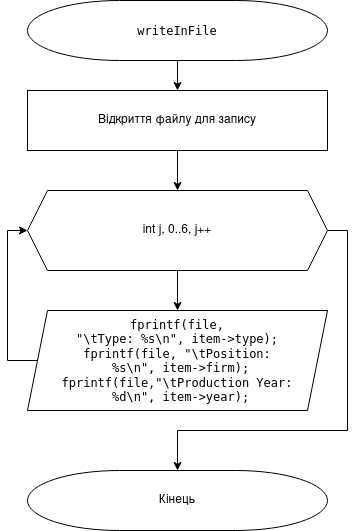
This is lab15/doc/assets/writeInFile.png from belchinskaya/Programming-Belchinska, a draw.io export, as it was before one commit. Source tidied: cells renumbered, new cells last; positions are measured from the earlier drawing's top-left corner, leaving out a move shared by most shapes. Its diagram source:
```xml
<mxGraphModel>
  <root>
    <mxCell id="0" />
    <mxCell id="1" parent="0" />
    <mxCell id="2" style="edgeStyle=orthogonalEdgeStyle;rounded=0;jettySize=auto;html=1;exitX=0.5;exitY=1;exitDx=0;exitDy=0;exitPerimeter=0;" parent="1" edge="1" source="3" target="5">
      <mxGeometry relative="1" as="geometry" />
    </mxCell>
    <mxCell id="3" value="&lt;pre style=&quot;font-family: &amp;#34;jetbrains mono&amp;#34; , monospace&quot;&gt;&lt;span style=&quot;background-color: rgb(255 , 255 , 255)&quot;&gt;writeInFile&lt;/span&gt;&lt;/pre&gt;" style="strokeWidth=1;html=1;shape=mxgraph.flowchart.terminator;whiteSpace=wrap;" parent="1" vertex="1">
      <mxGeometry x="20" width="300" height="60" as="geometry" />
    </mxCell>
    <mxCell id="4" style="edgeStyle=orthogonalEdgeStyle;rounded=0;jettySize=auto;html=1;exitX=0.5;exitY=1;exitDx=0;exitDy=0;" parent="1" edge="1" source="5" target="8">
      <mxGeometry relative="1" as="geometry" />
    </mxCell>
    <mxCell id="5" value="Відкриття файлу для запису" style="rounded=0;whiteSpace=wrap;html=1;strokeWidth=1;" parent="1" vertex="1">
      <mxGeometry x="20" y="90" width="300" height="60" as="geometry" />
    </mxCell>
    <mxCell id="6" style="edgeStyle=orthogonalEdgeStyle;rounded=0;jettySize=auto;html=1;exitX=0.5;exitY=1;exitDx=0;exitDy=0;" parent="1" edge="1" source="8" target="10">
      <mxGeometry relative="1" as="geometry" />
    </mxCell>
    <mxCell id="7" style="edgeStyle=orthogonalEdgeStyle;rounded=0;jettySize=auto;html=1;exitX=1;exitY=0.5;exitDx=0;exitDy=0;entryX=0.5;entryY=0;entryDx=0;entryDy=0;entryPerimeter=0;" parent="1" edge="1" source="8" target="11">
      <mxGeometry relative="1" as="geometry">
        <Array as="points">
          <mxPoint x="340" y="230" />
          <mxPoint x="340" y="430" />
          <mxPoint x="170" y="430" />
        </Array>
      </mxGeometry>
    </mxCell>
    <mxCell id="8" value="int j, 0..6, j++ " style="shape=hexagon;perimeter=hexagonPerimeter2;whiteSpace=wrap;html=1;fixedSize=1;strokeWidth=1;" parent="1" vertex="1">
      <mxGeometry x="20" y="190" width="300" height="80" as="geometry" />
    </mxCell>
    <mxCell id="9" style="edgeStyle=orthogonalEdgeStyle;rounded=0;jettySize=auto;html=1;exitX=0;exitY=0.5;exitDx=0;exitDy=0;entryX=0;entryY=0.5;entryDx=0;entryDy=0;" parent="1" edge="1" source="10" target="8">
      <mxGeometry relative="1" as="geometry">
        <Array as="points">
          <mxPoint y="360" />
          <mxPoint y="230" />
        </Array>
      </mxGeometry>
    </mxCell>
    <mxCell id="10" value="&lt;pre style=&quot;font-family: &amp;#34;jetbrains mono&amp;#34; , monospace&quot;&gt;&lt;span style=&quot;background-color: rgb(255 , 255 , 255)&quot;&gt;fprintf(file,&lt;br&gt;&quot;\tType: %s\n&quot;, item-&amp;gt;type);&lt;br&gt;fprintf(file, &quot;\tPosition:&lt;br&gt; %s\n&quot;, item-&amp;gt;firm);&lt;br&gt;fprintf(file,&quot;\tProduction Year:&lt;br&gt; %d\n&quot;, item-&amp;gt;year);&lt;/span&gt;&lt;/pre&gt;" style="shape=parallelogram;perimeter=parallelogramPerimeter;whiteSpace=wrap;html=1;fixedSize=1;strokeWidth=1;" parent="1" vertex="1">
      <mxGeometry x="20" y="310" width="300" height="100" as="geometry" />
    </mxCell>
    <mxCell id="11" value="Кінець" style="strokeWidth=1;html=1;shape=mxgraph.flowchart.terminator;whiteSpace=wrap;" parent="1" vertex="1">
      <mxGeometry x="20" y="470" width="300" height="60" as="geometry" />
    </mxCell>
  </root>
</mxGraphModel>
```
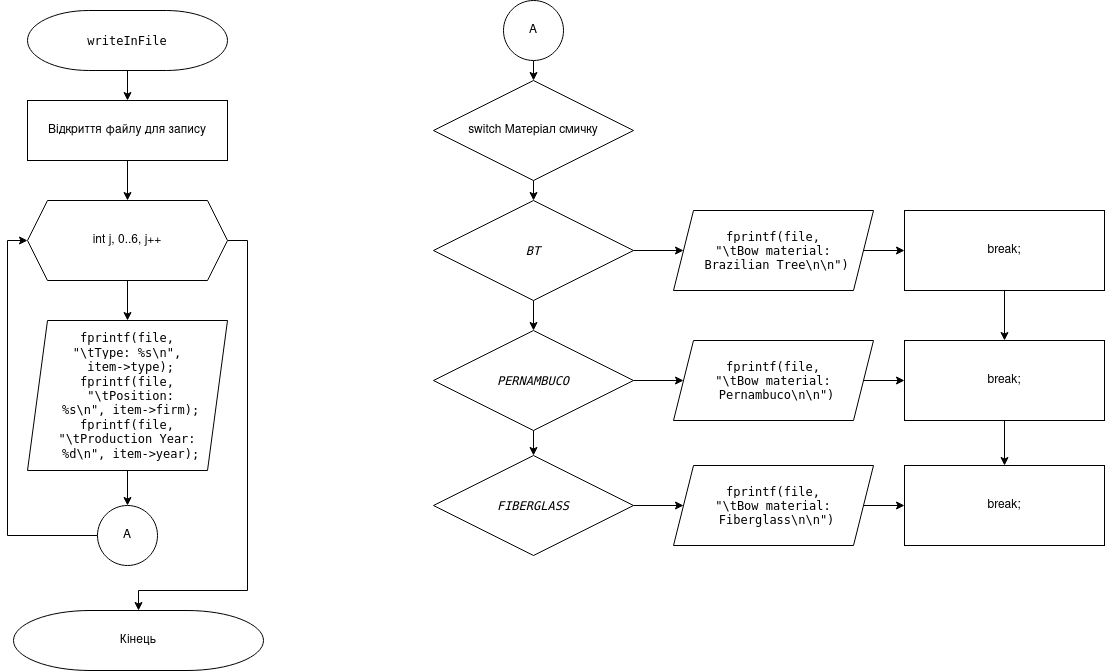
The same file after the commit.

The edit, as a diff of the source:
```diff
@@ -6,13 +6,13 @@
       <mxGeometry relative="1" as="geometry" />
     </mxCell>
     <mxCell id="3" value="&lt;pre style=&quot;font-family: &amp;#34;jetbrains mono&amp;#34; , monospace&quot;&gt;&lt;span style=&quot;background-color: rgb(255 , 255 , 255)&quot;&gt;writeInFile&lt;/span&gt;&lt;/pre&gt;" style="strokeWidth=1;html=1;shape=mxgraph.flowchart.terminator;whiteSpace=wrap;" parent="1" vertex="1">
-      <mxGeometry x="20" width="300" height="60" as="geometry" />
+      <mxGeometry x="20" width="200" height="60" as="geometry" />
     </mxCell>
-    <mxCell id="4" style="edgeStyle=orthogonalEdgeStyle;rounded=0;jettySize=auto;html=1;exitX=0.5;exitY=1;exitDx=0;exitDy=0;" parent="1" edge="1" source="5" target="8">
+    <mxCell id="4" style="edgeStyle=orthogonalEdgeStyle;rounded=0;jettySize=auto;html=1;exitX=0.5;exitY=1;exitDx=0;exitDy=0;entryX=0.5;entryY=0;entryDx=0;entryDy=0;" parent="1" edge="1" source="5" target="8">
       <mxGeometry relative="1" as="geometry" />
     </mxCell>
     <mxCell id="5" value="Відкриття файлу для запису" style="rounded=0;whiteSpace=wrap;html=1;strokeWidth=1;" parent="1" vertex="1">
-      <mxGeometry x="20" y="90" width="300" height="60" as="geometry" />
+      <mxGeometry x="20" y="90" width="200" height="60" as="geometry" />
     </mxCell>
     <mxCell id="6" style="edgeStyle=orthogonalEdgeStyle;rounded=0;jettySize=auto;html=1;exitX=0.5;exitY=1;exitDx=0;exitDy=0;" parent="1" edge="1" source="8" target="10">
       <mxGeometry relative="1" as="geometry" />
@@ -20,28 +20,98 @@
     <mxCell id="7" style="edgeStyle=orthogonalEdgeStyle;rounded=0;jettySize=auto;html=1;exitX=1;exitY=0.5;exitDx=0;exitDy=0;entryX=0.5;entryY=0;entryDx=0;entryDy=0;entryPerimeter=0;" parent="1" edge="1" source="8" target="11">
       <mxGeometry relative="1" as="geometry">
         <Array as="points">
-          <mxPoint x="340" y="230" />
-          <mxPoint x="340" y="430" />
-          <mxPoint x="170" y="430" />
+          <mxPoint x="240" y="230" />
+          <mxPoint x="240" y="580" />
+          <mxPoint x="131" y="580" />
         </Array>
       </mxGeometry>
     </mxCell>
     <mxCell id="8" value="int j, 0..6, j++ " style="shape=hexagon;perimeter=hexagonPerimeter2;whiteSpace=wrap;html=1;fixedSize=1;strokeWidth=1;" parent="1" vertex="1">
-      <mxGeometry x="20" y="190" width="300" height="80" as="geometry" />
+      <mxGeometry x="20" y="190" width="200" height="80" as="geometry" />
     </mxCell>
-    <mxCell id="9" style="edgeStyle=orthogonalEdgeStyle;rounded=0;jettySize=auto;html=1;exitX=0;exitY=0.5;exitDx=0;exitDy=0;entryX=0;entryY=0.5;entryDx=0;entryDy=0;" parent="1" edge="1" source="10" target="8">
-      <mxGeometry relative="1" as="geometry">
-        <Array as="points">
-          <mxPoint y="360" />
-          <mxPoint y="230" />
-        </Array>
-      </mxGeometry>
-    </mxCell>
+    <mxCell id="12" style="edgeStyle=orthogonalEdgeStyle;rounded=0;jettySize=auto;html=1;exitX=0.5;exitY=1;exitDx=0;exitDy=0;" parent="1" edge="1" source="10" target="30">
+      <mxGeometry relative="1" as="geometry" />
+    </mxCell>
-    <mxCell id="10" value="&lt;pre style=&quot;font-family: &amp;#34;jetbrains mono&amp;#34; , monospace&quot;&gt;&lt;span style=&quot;background-color: rgb(255 , 255 , 255)&quot;&gt;fprintf(file,&lt;br&gt;&quot;\tType: %s\n&quot;, item-&amp;gt;type);&lt;br&gt;fprintf(file, &quot;\tPosition:&lt;br&gt; %s\n&quot;, item-&amp;gt;firm);&lt;br&gt;fprintf(file,&quot;\tProduction Year:&lt;br&gt; %d\n&quot;, item-&amp;gt;year);&lt;/span&gt;&lt;/pre&gt;" style="shape=parallelogram;perimeter=parallelogramPerimeter;whiteSpace=wrap;html=1;fixedSize=1;strokeWidth=1;" parent="1" vertex="1">
-      <mxGeometry x="20" y="310" width="300" height="100" as="geometry" />
+    <mxCell id="10" value="&lt;pre style=&quot;font-family: &amp;#34;jetbrains mono&amp;#34; , monospace&quot;&gt;&lt;span style=&quot;background-color: rgb(255 , 255 , 255)&quot;&gt;fprintf(file,&lt;br&gt;&quot;\tType: %s\n&quot;,&lt;br&gt; item-&amp;gt;type);&lt;br&gt;fprintf(file,&lt;br&gt; &quot;\tPosition:&lt;br&gt; %s\n&quot;, item-&amp;gt;firm);&lt;br&gt;fprintf(file,&lt;br&gt;&quot;\tProduction Year:&lt;br&gt; %d\n&quot;, item-&amp;gt;year);&lt;/span&gt;&lt;/pre&gt;" style="shape=parallelogram;perimeter=parallelogramPerimeter;whiteSpace=wrap;html=1;fixedSize=1;strokeWidth=1;" parent="1" vertex="1">
+      <mxGeometry x="20" y="310" width="200" height="150" as="geometry" />
     </mxCell>
     <mxCell id="11" value="Кінець" style="strokeWidth=1;html=1;shape=mxgraph.flowchart.terminator;whiteSpace=wrap;" parent="1" vertex="1">
-      <mxGeometry x="20" y="470" width="300" height="60" as="geometry" />
+      <mxGeometry x="6" y="600" width="250" height="60" as="geometry" />
     </mxCell>
+    <mxCell id="13" style="edgeStyle=orthogonalEdgeStyle;rounded=0;jettySize=auto;html=1;exitX=0.5;exitY=1;exitDx=0;exitDy=0;exitPerimeter=0;entryX=0.5;entryY=0;entryDx=0;entryDy=0;entryPerimeter=0;" parent="1" edge="1" source="14" target="17">
+      <mxGeometry relative="1" as="geometry" />
+    </mxCell>
+    <mxCell id="14" value="switch Матеріал смичку" style="strokeWidth=1;html=1;shape=mxgraph.flowchart.decision;whiteSpace=wrap;" parent="1" vertex="1">
+      <mxGeometry x="426" y="70" width="200" height="100" as="geometry" />
+    </mxCell>
+    <mxCell id="15" style="edgeStyle=orthogonalEdgeStyle;rounded=0;jettySize=auto;html=1;exitX=1;exitY=0.5;exitDx=0;exitDy=0;exitPerimeter=0;entryX=0;entryY=0.5;entryDx=0;entryDy=0;" parent="1" edge="1" source="17" target="24">
+      <mxGeometry relative="1" as="geometry" />
+    </mxCell>
+    <mxCell id="16" style="edgeStyle=orthogonalEdgeStyle;rounded=0;jettySize=auto;html=1;exitX=0.5;exitY=1;exitDx=0;exitDy=0;exitPerimeter=0;" parent="1" edge="1" source="17" target="22">
+      <mxGeometry relative="1" as="geometry" />
+    </mxCell>
+    <mxCell id="17" value="&lt;pre style=&quot;font-family: &amp;#34;jetbrains mono&amp;#34; , monospace&quot;&gt;&lt;span style=&quot;background-color: rgb(255 , 255 , 255)&quot;&gt;&lt;span style=&quot;font-style: italic&quot;&gt;BT&lt;/span&gt;&lt;/span&gt;&lt;/pre&gt;" style="strokeWidth=1;html=1;shape=mxgraph.flowchart.decision;whiteSpace=wrap;" parent="1" vertex="1">
+      <mxGeometry x="426" y="190" width="200" height="100" as="geometry" />
+    </mxCell>
+    <mxCell id="18" style="edgeStyle=orthogonalEdgeStyle;rounded=0;jettySize=auto;html=1;exitX=1;exitY=0.5;exitDx=0;exitDy=0;exitPerimeter=0;" parent="1" edge="1" source="19" target="28">
+      <mxGeometry relative="1" as="geometry" />
+    </mxCell>
+    <mxCell id="19" value="&lt;pre style=&quot;font-family: &amp;#34;jetbrains mono&amp;#34; , monospace&quot;&gt;&lt;span style=&quot;background-color: rgb(255 , 255 , 255)&quot;&gt;&lt;span style=&quot;font-style: italic&quot;&gt;FIBERGLASS&lt;/span&gt;&lt;/span&gt;&lt;/pre&gt;" style="strokeWidth=1;html=1;shape=mxgraph.flowchart.decision;whiteSpace=wrap;" parent="1" vertex="1">
+      <mxGeometry x="426" y="445" width="200" height="100" as="geometry" />
+    </mxCell>
+    <mxCell id="20" style="edgeStyle=orthogonalEdgeStyle;rounded=0;jettySize=auto;html=1;exitX=1;exitY=0.5;exitDx=0;exitDy=0;exitPerimeter=0;" parent="1" edge="1" source="22" target="26">
+      <mxGeometry relative="1" as="geometry" />
+    </mxCell>
+    <mxCell id="21" style="edgeStyle=orthogonalEdgeStyle;rounded=0;jettySize=auto;html=1;exitX=0.5;exitY=1;exitDx=0;exitDy=0;exitPerimeter=0;" parent="1" edge="1" source="22" target="19">
+      <mxGeometry relative="1" as="geometry" />
+    </mxCell>
+    <mxCell id="22" value="&lt;pre style=&quot;font-family: &amp;#34;jetbrains mono&amp;#34; , monospace&quot;&gt;&lt;span style=&quot;background-color: rgb(255 , 255 , 255)&quot;&gt;&lt;span style=&quot;font-style: italic&quot;&gt;PERNAMBUCO&lt;/span&gt;&lt;/span&gt;&lt;/pre&gt;" style="strokeWidth=1;html=1;shape=mxgraph.flowchart.decision;whiteSpace=wrap;" parent="1" vertex="1">
+      <mxGeometry x="426" y="320" width="200" height="100" as="geometry" />
+    </mxCell>
+    <mxCell id="23" style="edgeStyle=orthogonalEdgeStyle;rounded=0;jettySize=auto;html=1;exitX=1;exitY=0.5;exitDx=0;exitDy=0;" parent="1" edge="1" source="24" target="34">
+      <mxGeometry relative="1" as="geometry" />
+    </mxCell>
+    <mxCell id="24" value="&lt;pre style=&quot;font-family: &amp;#34;jetbrains mono&amp;#34; , monospace&quot;&gt;&lt;span style=&quot;background-color: rgb(255 , 255 , 255)&quot;&gt;fprintf(file,&lt;br&gt;&quot;\tBow material:&lt;br&gt; Brazilian Tree\n\n&quot;)&lt;/span&gt;&lt;/pre&gt;" style="shape=parallelogram;perimeter=parallelogramPerimeter;whiteSpace=wrap;html=1;fixedSize=1;strokeWidth=1;" parent="1" vertex="1">
+      <mxGeometry x="666" y="200" width="200" height="80" as="geometry" />
+    </mxCell>
+    <mxCell id="25" style="edgeStyle=orthogonalEdgeStyle;rounded=0;jettySize=auto;html=1;exitX=1;exitY=0.5;exitDx=0;exitDy=0;" parent="1" edge="1" source="26" target="36">
+      <mxGeometry relative="1" as="geometry" />
+    </mxCell>
+    <mxCell id="26" value="&lt;pre style=&quot;font-family: &amp;#34;jetbrains mono&amp;#34; , monospace&quot;&gt;&lt;span style=&quot;background-color: rgb(255 , 255 , 255)&quot;&gt;fprintf(file,&lt;br&gt;&quot;\tBow material:&lt;br&gt; Pernambuco\n\n&quot;)&lt;/span&gt;&lt;/pre&gt;" style="shape=parallelogram;perimeter=parallelogramPerimeter;whiteSpace=wrap;html=1;fixedSize=1;strokeWidth=1;" parent="1" vertex="1">
+      <mxGeometry x="666" y="330" width="200" height="80" as="geometry" />
+    </mxCell>
+    <mxCell id="27" style="edgeStyle=orthogonalEdgeStyle;rounded=0;jettySize=auto;html=1;exitX=1;exitY=0.5;exitDx=0;exitDy=0;" parent="1" edge="1" source="28" target="37">
+      <mxGeometry relative="1" as="geometry" />
+    </mxCell>
+    <mxCell id="28" value="&lt;pre style=&quot;font-family: &amp;#34;jetbrains mono&amp;#34; , monospace&quot;&gt;&lt;span style=&quot;background-color: rgb(255 , 255 , 255)&quot;&gt;fprintf(file,&lt;br&gt;&quot;\tBow material:&lt;br&gt; Fiberglass\n\n&quot;)&lt;/span&gt;&lt;/pre&gt;" style="shape=parallelogram;perimeter=parallelogramPerimeter;whiteSpace=wrap;html=1;fixedSize=1;strokeWidth=1;" parent="1" vertex="1">
+      <mxGeometry x="666" y="455" width="200" height="80" as="geometry" />
+    </mxCell>
+    <mxCell id="29" style="edgeStyle=orthogonalEdgeStyle;rounded=0;jettySize=auto;html=1;exitX=0;exitY=0.5;exitDx=0;exitDy=0;entryX=0;entryY=0.5;entryDx=0;entryDy=0;" parent="1" edge="1" source="30" target="8">
+      <mxGeometry relative="1" as="geometry" />
+    </mxCell>
+    <mxCell id="30" value="A" style="ellipse;whiteSpace=wrap;html=1;" parent="1" vertex="1">
+      <mxGeometry x="90" y="495" width="60" height="60" as="geometry" />
+    </mxCell>
+    <mxCell id="31" style="edgeStyle=orthogonalEdgeStyle;rounded=0;jettySize=auto;html=1;exitX=0.5;exitY=1;exitDx=0;exitDy=0;entryX=0.5;entryY=0;entryDx=0;entryDy=0;entryPerimeter=0;" parent="1" edge="1" source="32" target="14">
+      <mxGeometry relative="1" as="geometry" />
+    </mxCell>
+    <mxCell id="32" value="A" style="ellipse;whiteSpace=wrap;html=1;" parent="1" vertex="1">
+      <mxGeometry x="496" y="-10" width="60" height="60" as="geometry" />
+    </mxCell>
+    <mxCell id="33" style="edgeStyle=orthogonalEdgeStyle;rounded=0;jettySize=auto;html=1;exitX=0.5;exitY=1;exitDx=0;exitDy=0;" parent="1" edge="1" source="34" target="36">
+      <mxGeometry relative="1" as="geometry" />
+    </mxCell>
+    <mxCell id="34" value="break;" style="rounded=0;whiteSpace=wrap;html=1;strokeWidth=1;" parent="1" vertex="1">
+      <mxGeometry x="897" y="200" width="200" height="80" as="geometry" />
+    </mxCell>
+    <mxCell id="35" style="edgeStyle=orthogonalEdgeStyle;rounded=0;jettySize=auto;html=1;exitX=0.5;exitY=1;exitDx=0;exitDy=0;" parent="1" edge="1" source="36" target="37">
+      <mxGeometry relative="1" as="geometry" />
+    </mxCell>
+    <mxCell id="36" value="break;" style="rounded=0;whiteSpace=wrap;html=1;strokeWidth=1;" parent="1" vertex="1">
+      <mxGeometry x="897" y="330" width="200" height="80" as="geometry" />
+    </mxCell>
+    <mxCell id="37" value="break;" style="rounded=0;whiteSpace=wrap;html=1;strokeWidth=1;" parent="1" vertex="1">
+      <mxGeometry x="897" y="455" width="200" height="80" as="geometry" />
+    </mxCell>
   </root>
 </mxGraphModel>
```
